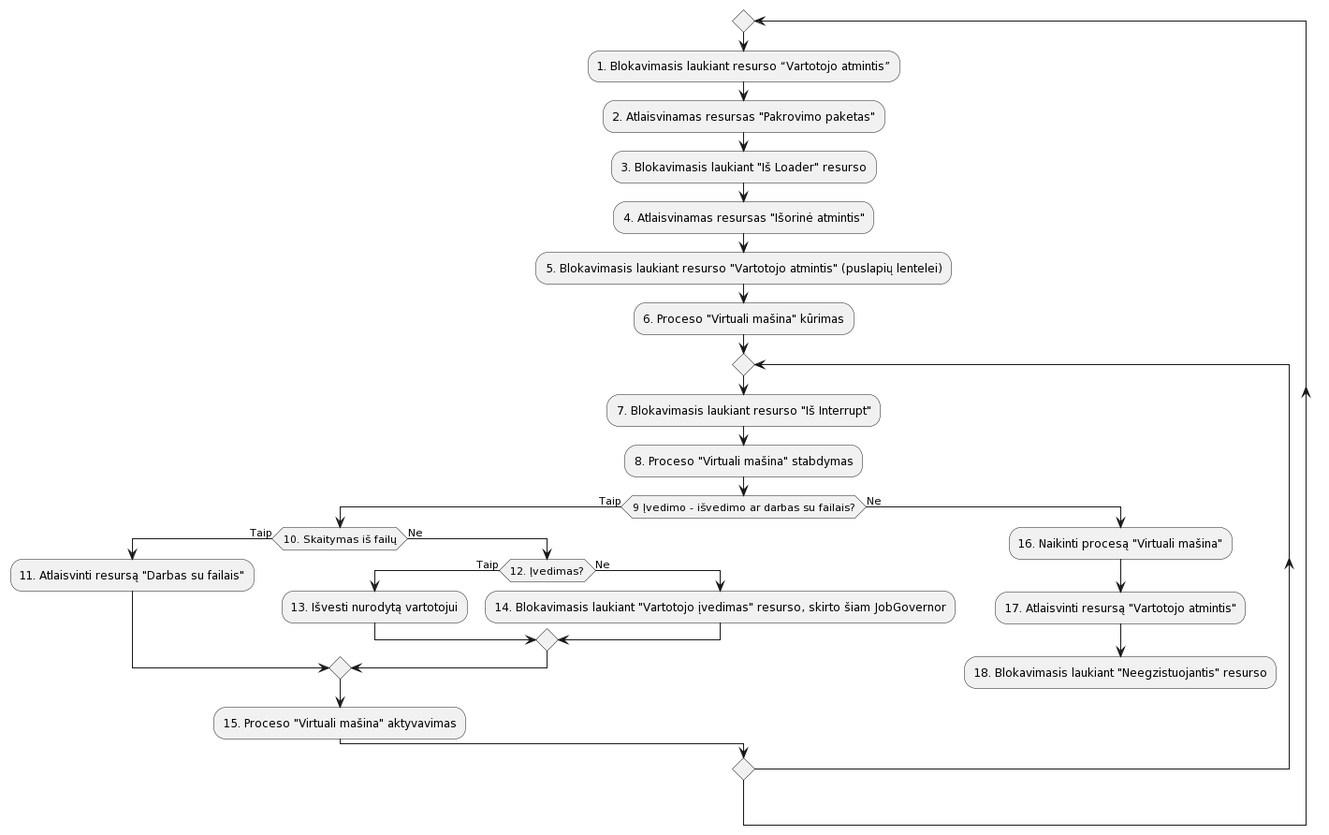
The PlantUML diagram aprasymas2/img/JobGovernor.png in Mdominykas/OS, before a commit. Source of this version:
```plantuml
@startuml
repeat
  :1. Blokavimasis laukiant resurso “Vartotojo atmintis”;
  :2. Atlaisvinamas resursas "Pakrovimo paketas";
  :3. Blokavimasis laukiant "Iš Loader" resurso;
  :4. Atlaisvinamas resursas "Išorinė atmintis";
  :5. Blokavimasis laukiant resurso "Vartotojo atmintis" (puslapių lentelei);
  :6. Proceso "Virtuali mašina" kūrimas;
  repeat
    :7. Blokavimasis laukiant resurso "Iš Interrupt";
    :8. Proceso "Virtuali mašina" stabdymas;
    if (9 Įvedimo - išvedimo ar darbas su failais?) is (Taip) then
      if (10. Skaitymas iš failų) is (Taip) then
         :11. Atlaisvinti resursą "Darbas su failais";
      else (Ne)
        if (12. Įvedimas?) is (Taip) then
          :13. Išvesti nurodytą vartotojui;
        else (Ne)
          :14. Blokavimasis laukiant "Vartotojo įvedimas" resurso, skirto šiam JobGovernor;
        endif
      endif
      :15. Proceso "Virtuali mašina" aktyvavimas;
    else (Ne)
      :16. Naikinti procesą "Virtuali mašina";
      :17. Atlaisvinti resursą "Vartotojo atmintis";
      :18. Blokavimasis laukiant "Neegzistuojantis" resurso;
      kill
    endif
@enduml
```
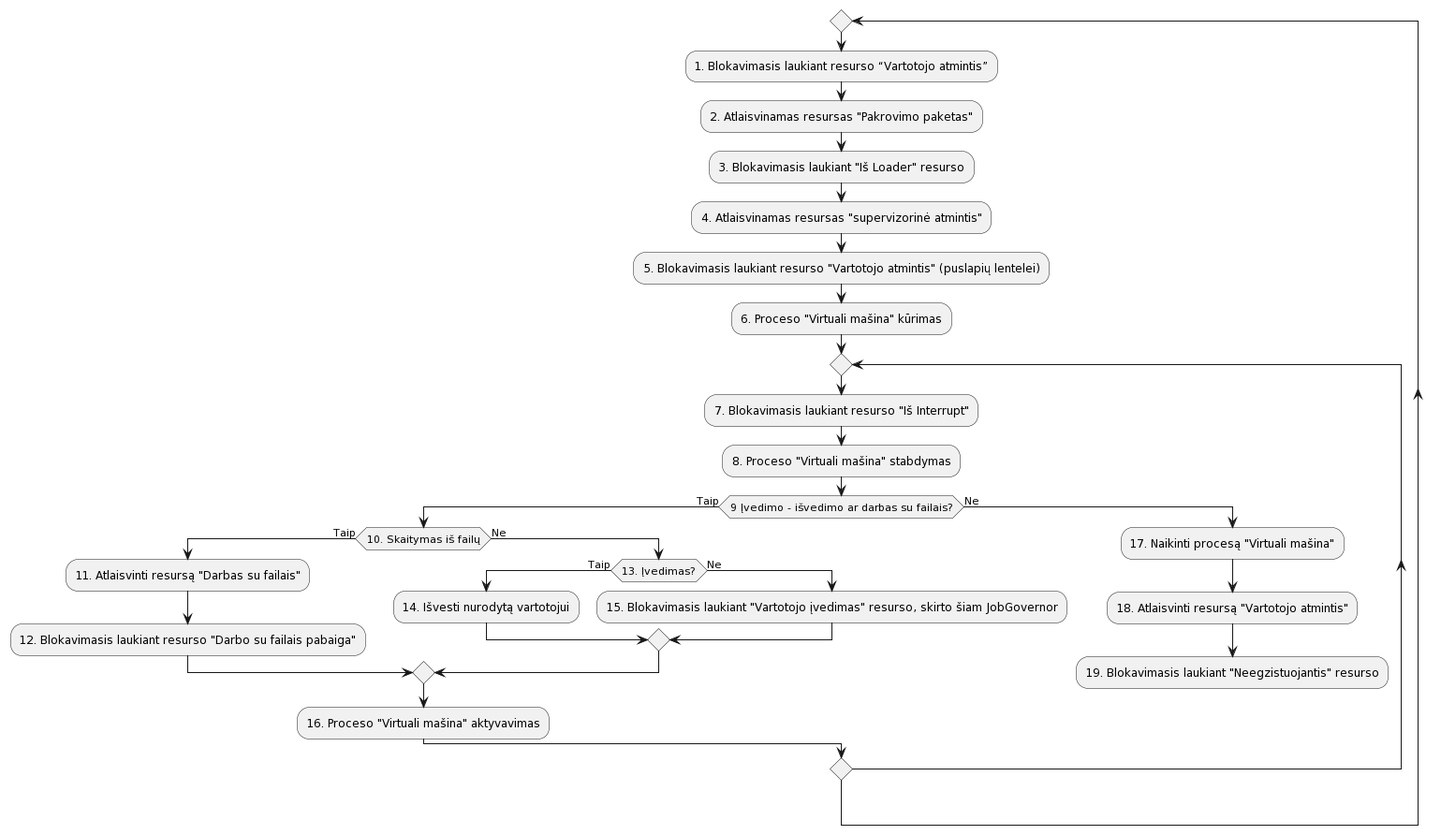
After the change.

The edit, as a diff of the source:
```diff
@@ -3,7 +3,7 @@
   :1. Blokavimasis laukiant resurso “Vartotojo atmintis”;
   :2. Atlaisvinamas resursas "Pakrovimo paketas";
   :3. Blokavimasis laukiant "Iš Loader" resurso;
-  :4. Atlaisvinamas resursas "Išorinė atmintis";
+  :4. Atlaisvinamas resursas "supervizorinė atmintis";
   :5. Blokavimasis laukiant resurso "Vartotojo atmintis" (puslapių lentelei);
   :6. Proceso "Virtuali mašina" kūrimas;
   repeat
@@ -12,18 +12,19 @@
     if (9 Įvedimo - išvedimo ar darbas su failais?) is (Taip) then
       if (10. Skaitymas iš failų) is (Taip) then
          :11. Atlaisvinti resursą "Darbas su failais";
+         :12. Blokavimasis laukiant resurso "Darbo su failais pabaiga";
       else (Ne)
-        if (12. Įvedimas?) is (Taip) then
-          :13. Išvesti nurodytą vartotojui;
+        if (13. Įvedimas?) is (Taip) then
+          :14. Išvesti nurodytą vartotojui;
         else (Ne)
-          :14. Blokavimasis laukiant "Vartotojo įvedimas" resurso, skirto šiam JobGovernor;
+          :15. Blokavimasis laukiant "Vartotojo įvedimas" resurso, skirto šiam JobGovernor;
         endif
       endif
-      :15. Proceso "Virtuali mašina" aktyvavimas;
+      :16. Proceso "Virtuali mašina" aktyvavimas;
     else (Ne)
-      :16. Naikinti procesą "Virtuali mašina";
-      :17. Atlaisvinti resursą "Vartotojo atmintis";
-      :18. Blokavimasis laukiant "Neegzistuojantis" resurso;
+      :17. Naikinti procesą "Virtuali mašina";
+      :18. Atlaisvinti resursą "Vartotojo atmintis";
+      :19. Blokavimasis laukiant "Neegzistuojantis" resurso;
       kill
     endif
 @enduml
```
